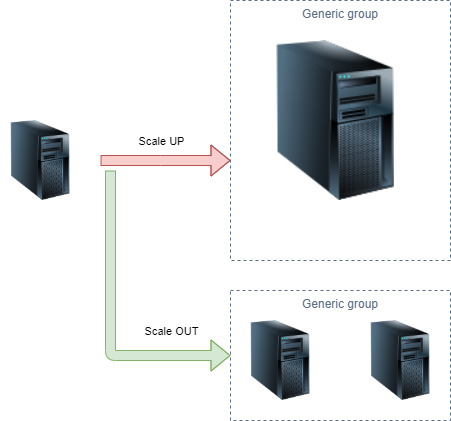
Above: img/scaling-strategies.png in ldynia/archcolider (draw.io), before the change. Source tidied: cells renumbered, new cells last; positions are measured from the earlier drawing's top-left corner, leaving out a move shared by most shapes.
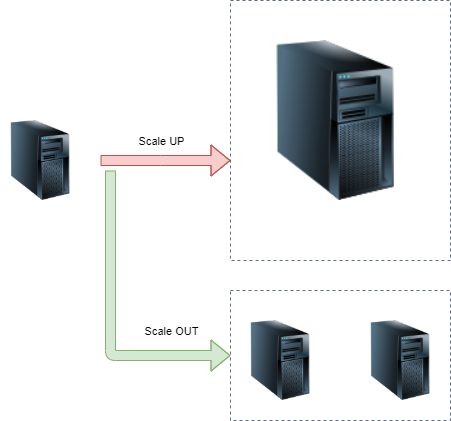
After the commit.

What changed in the source:
```diff
@@ -22,10 +22,10 @@
     <mxCell id="5" style="image;html=1;image=img/lib/clip_art/computers/Server_Tower_128x128.png;fillColor=#FFFFFF;" parent="1" vertex="1">
       <mxGeometry x="260" y="40" width="150" height="160" as="geometry" />
     </mxCell>
-    <mxCell id="6" value="Generic group" style="fillColor=none;strokeColor=#5A6C86;dashed=1;verticalAlign=top;fontStyle=0;fontColor=#5A6C86;" parent="1" vertex="1">
+    <mxCell id="6" style="fillColor=none;strokeColor=#5A6C86;dashed=1;verticalAlign=top;fontStyle=0;fontColor=#5A6C86;" parent="1" vertex="1">
       <mxGeometry x="230" width="220" height="260" as="geometry" />
     </mxCell>
-    <mxCell id="7" value="Generic group" style="fillColor=none;strokeColor=#5A6C86;dashed=1;verticalAlign=top;fontStyle=0;fontColor=#5A6C86;" parent="1" vertex="1">
+    <mxCell id="7" style="fillColor=none;strokeColor=#5A6C86;dashed=1;verticalAlign=top;fontStyle=0;fontColor=#5A6C86;" parent="1" vertex="1">
       <mxGeometry x="230" y="290" width="220" height="130" as="geometry" />
     </mxCell>
     <mxCell id="8" style="image;html=1;image=img/lib/clip_art/computers/Server_Tower_128x128.png;fillColor=#FFFFFF;" parent="1" vertex="1">
```
